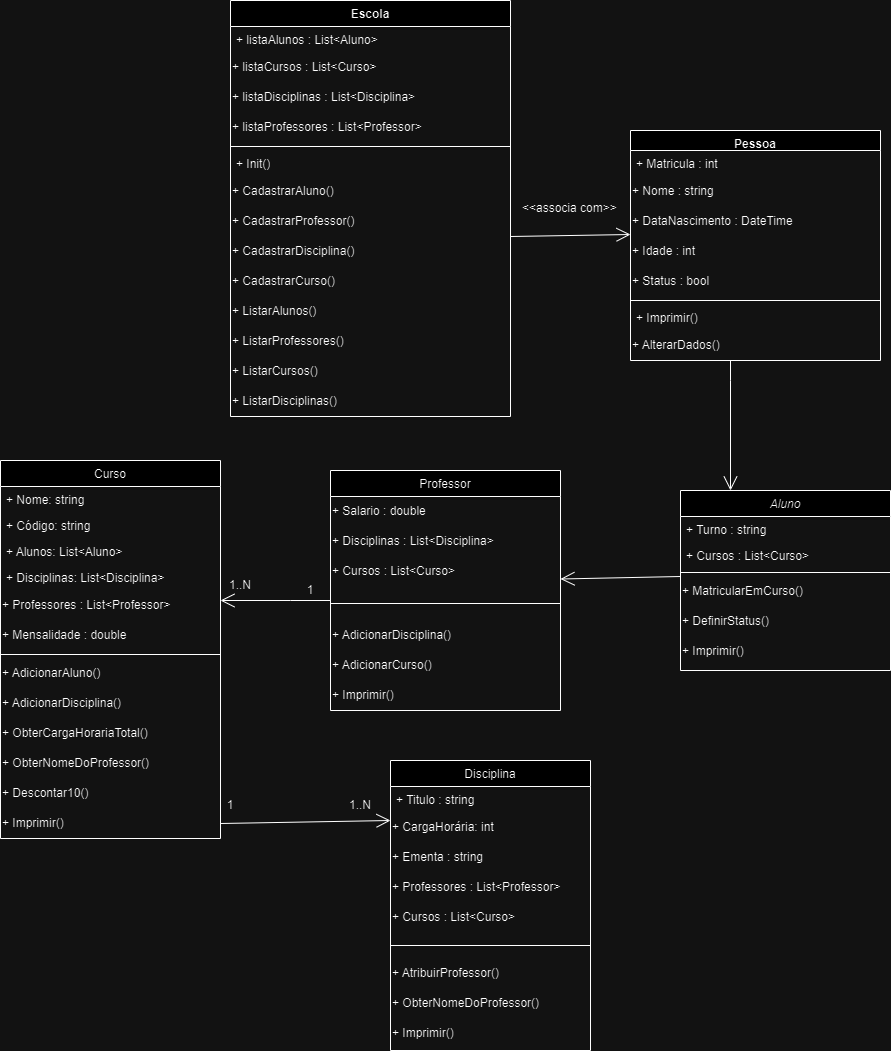
The draw.io diagram Escola.UML.drawio.png in harumimayu/teste-repositorio-primeiro, before a commit. Source tidied: cells renumbered, new cells last; positions are measured from the earlier drawing's top-left corner, leaving out a move shared by most shapes.
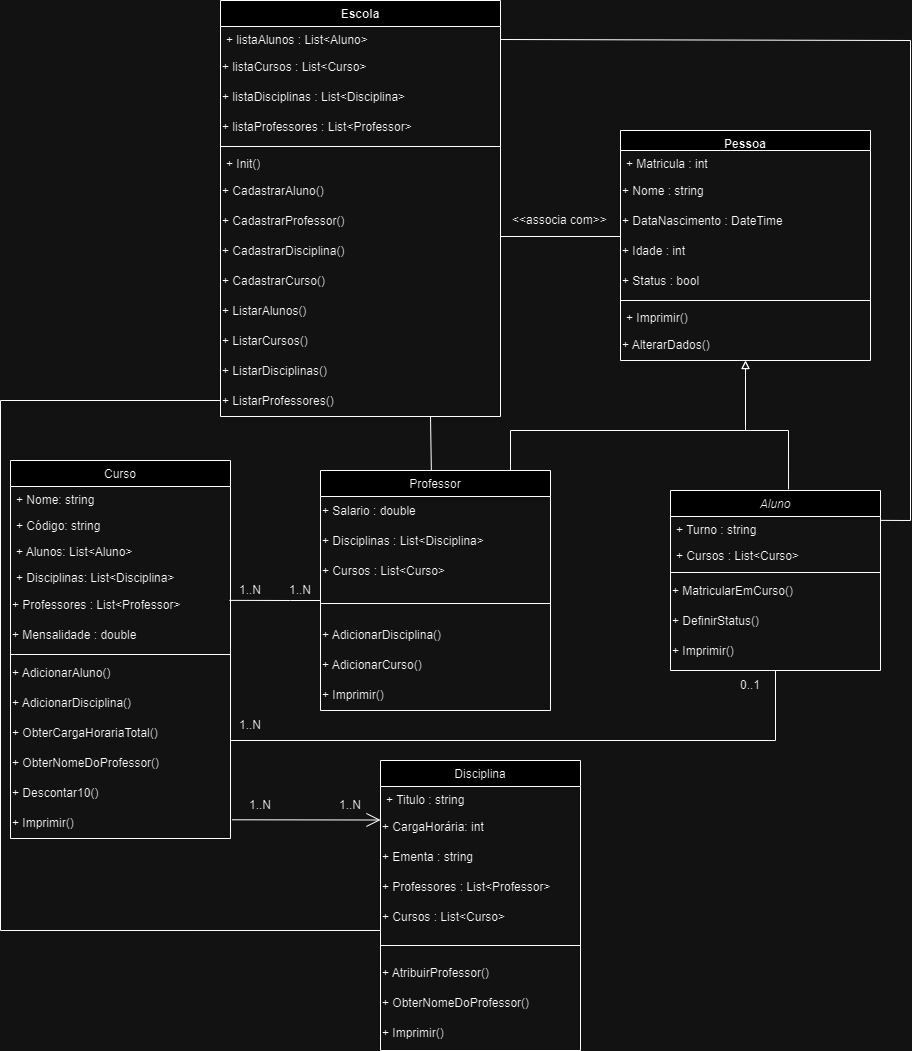
Above is the later version.

What changed in the source:
```diff
@@ -78,7 +78,7 @@
       <mxGeometry y="210" width="230" height="30" as="geometry" />
     </mxCell>
     <mxCell id="27" value="Curso" style="swimlane;fontStyle=0;align=center;verticalAlign=top;horizontal=1;startSize=26;rounded=0;shadow=0;strokeWidth=1;" parent="1" vertex="1">
-      <mxGeometry y="460" width="220" height="378" as="geometry" />
+      <mxGeometry x="20" y="460" width="220" height="378" as="geometry" />
     </mxCell>
     <mxCell id="28" value="+ Nome: string" style="text;align=left;verticalAlign=top;spacingLeft=4;spacingRight=4;overflow=hidden;" parent="27" vertex="1">
       <mxGeometry y="26" width="220" height="26" as="geometry" />
@@ -155,17 +155,17 @@
     <mxCell id="52" value=" + ListarAlunos() " style="text;strokeColor=none;align=left;fillColor=none;html=1;verticalAlign=middle;whiteSpace=wrap;rounded=0;" parent="41" vertex="1">
       <mxGeometry y="296" width="280" height="30" as="geometry" />
     </mxCell>
-    <mxCell id="53" value="+ ListarProfessores()" style="text;strokeColor=none;align=left;fillColor=none;html=1;verticalAlign=middle;whiteSpace=wrap;rounded=0;" parent="41" vertex="1">
-      <mxGeometry y="326" width="280" height="30" as="geometry" />
-    </mxCell>
     <mxCell id="54" value="+ ListarCursos()" style="text;strokeColor=none;align=left;fillColor=none;html=1;verticalAlign=middle;whiteSpace=wrap;rounded=0;" parent="41" vertex="1">
-      <mxGeometry y="356" width="280" height="30" as="geometry" />
+      <mxGeometry y="326" width="280" height="30" as="geometry" />
     </mxCell>
     <mxCell id="55" value=" + ListarDisciplinas()" style="text;strokeColor=none;align=left;fillColor=none;html=1;verticalAlign=middle;whiteSpace=wrap;rounded=0;" parent="41" vertex="1">
-      <mxGeometry y="386" width="280" height="30" as="geometry" />
+      <mxGeometry y="356" width="280" height="30" as="geometry" />
     </mxCell>
+    <mxCell id="53" value="+ ListarProfessores()" style="text;strokeColor=none;align=left;fillColor=none;html=1;verticalAlign=middle;whiteSpace=wrap;rounded=0;" parent="41" vertex="1">
+      <mxGeometry y="386" width="280" height="30" as="geometry" />
+    </mxCell>
     <mxCell id="56" value="&amp;lt;&amp;lt;associa com&amp;gt;&amp;gt;" style="text;strokeColor=none;align=left;fillColor=none;html=1;verticalAlign=middle;whiteSpace=wrap;rounded=0;" parent="1" vertex="1">
-      <mxGeometry x="520" y="198" width="100" height="20" as="geometry" />
+      <mxGeometry x="520" y="210" width="100" height="20" as="geometry" />
     </mxCell>
     <mxCell id="57" value="Pessoa  " style="swimlane;fontStyle=1;align=center;verticalAlign=top;horizontal=1;startSize=20;whiteSpace=wrap;html=1;" parent="1" vertex="1">
       <mxGeometry x="630" y="130" width="250" height="230" as="geometry" />
@@ -194,48 +194,82 @@
     <mxCell id="65" value="+ AlterarDados()" style="text;strokeColor=none;align=left;fillColor=none;html=1;verticalAlign=middle;whiteSpace=wrap;rounded=0;" parent="57" vertex="1">
       <mxGeometry y="200" width="250" height="30" as="geometry" />
     </mxCell>
-    <mxCell id="66" style="endArrow=open;endFill=1;endSize=12;html=1;rounded=0;" parent="1" edge="1">
-      <mxGeometry relative="1" as="geometry">
-        <mxPoint x="730" y="360" as="sourcePoint" />
-        <mxPoint x="730" y="490" as="targetPoint" />
-        <Array as="points">
-          <mxPoint x="730" y="380" />
-        </Array>
-      </mxGeometry>
-    </mxCell>
-    <mxCell id="67" style="endArrow=open;endFill=1;endSize=12;html=1;rounded=0;exitX=0;exitY=0;exitDx=0;exitDy=0;entryX=1;entryY=0.75;entryDx=0;entryDy=0;" parent="1" edge="1" source="6" target="22">
-      <mxGeometry relative="1" as="geometry" />
-    </mxCell>
-    <mxCell id="68" style="endArrow=open;endFill=1;endSize=12;html=1;rounded=0;exitX=1;exitY=0.5;exitDx=0;exitDy=0;" parent="1" edge="1" source="40">
-      <mxGeometry relative="1" as="geometry">
-        <mxPoint x="390" y="820" as="targetPoint" />
-      </mxGeometry>
+    <mxCell id="68" style="endArrow=open;endFill=1;endSize=12;html=1;rounded=0;exitX=1.007;exitY=0.376;exitDx=0;exitDy=0;entryX=0;entryY=0.25;entryDx=0;entryDy=0;exitPerimeter=0;" parent="1" edge="1" source="40" target="11">
+      <mxGeometry relative="1" as="geometry" />
     </mxCell>
-    <mxCell id="69" style="endArrow=open;endFill=1;endSize=12;html=1;rounded=0;exitX=1;exitY=0;exitDx=0;exitDy=0;" parent="1" edge="1" source="50">
-      <mxGeometry relative="1" as="geometry">
-        <mxPoint x="630" y="234" as="targetPoint" />
-      </mxGeometry>
+    <mxCell id="69" style="endArrow=none;endFill=0;endSize=12;html=1;rounded=0;exitX=1;exitY=0;exitDx=0;exitDy=0;entryX=0;entryY=0;entryDx=0;entryDy=0;" parent="1" edge="1" source="50" target="61">
+      <mxGeometry relative="1" as="geometry" />
     </mxCell>
-    <mxCell id="70" style="endArrow=open;endFill=1;endSize=12;html=1;rounded=0;" parent="1" edge="1">
+    <mxCell id="70" style="endArrow=none;endFill=0;endSize=12;html=1;rounded=0;entryX=0.995;entryY=0.329;entryDx=0;entryDy=0;entryPerimeter=0;" parent="1" edge="1" target="32">
       <mxGeometry relative="1" as="geometry">
         <mxPoint x="330" y="600" as="sourcePoint" />
-        <mxPoint x="220" y="600" as="targetPoint" />
         <Array as="points">
-          <mxPoint x="290" y="600" />
+          <mxPoint x="300" y="600" />
         </Array>
       </mxGeometry>
     </mxCell>
-    <mxCell id="71" value="1" style="text;strokeColor=none;align=center;fillColor=none;html=1;verticalAlign=middle;whiteSpace=wrap;rounded=0;" parent="1" vertex="1">
-      <mxGeometry x="280" y="575" width="60" height="30" as="geometry" />
-    </mxCell>
-    <mxCell id="72" value="1" style="text;strokeColor=none;align=center;fillColor=none;html=1;verticalAlign=middle;whiteSpace=wrap;rounded=0;" parent="1" vertex="1">
-      <mxGeometry x="200" y="790" width="60" height="30" as="geometry" />
-    </mxCell>
     <mxCell id="73" value="1..N" style="text;strokeColor=none;align=center;fillColor=none;html=1;verticalAlign=middle;whiteSpace=wrap;rounded=0;" parent="1" vertex="1">
       <mxGeometry x="330" y="790" width="60" height="30" as="geometry" />
     </mxCell>
-    <mxCell id="74" value="1..N" style="text;strokeColor=none;align=center;fillColor=none;html=1;verticalAlign=middle;whiteSpace=wrap;rounded=0;" parent="1" vertex="1">
-      <mxGeometry x="210" y="570" width="60" height="30" as="geometry" />
-    </mxCell>
+    <mxCell id="75" style="endArrow=block;html=1;rounded=0;entryX=0.5;entryY=1;entryDx=0;entryDy=0;endFill=0;" parent="1" edge="1" target="65">
+      <mxGeometry relative="1" as="geometry">
+        <mxPoint x="520" y="470" as="sourcePoint" />
+        <Array as="points">
+          <mxPoint x="520" y="430" />
+          <mxPoint x="755" y="430" />
+        </Array>
+      </mxGeometry>
+    </mxCell>
+    <mxCell id="76" style="endArrow=block;html=1;rounded=0;exitX=0.562;exitY=-0.006;exitDx=0;exitDy=0;exitPerimeter=0;endFill=0;entryX=0.5;entryY=1;entryDx=0;entryDy=0;" parent="1" edge="1" source="2" target="65">
+      <mxGeometry relative="1" as="geometry">
+        <Array as="points">
+          <mxPoint x="798" y="430" />
+          <mxPoint x="755" y="430" />
+        </Array>
+      </mxGeometry>
+    </mxCell>
+    <mxCell id="77" value="1..N" style="text;strokeColor=none;align=center;fillColor=none;html=1;verticalAlign=middle;whiteSpace=wrap;rounded=0;" parent="1" vertex="1">
+      <mxGeometry x="230" y="575" width="60" height="30" as="geometry" />
+    </mxCell>
+    <mxCell id="78" value="1..N" style="text;strokeColor=none;align=center;fillColor=none;html=1;verticalAlign=middle;whiteSpace=wrap;rounded=0;" parent="1" vertex="1">
+      <mxGeometry x="280" y="575" width="60" height="30" as="geometry" />
+    </mxCell>
+    <mxCell id="79" style="endArrow=none;html=1;rounded=0;exitX=0.482;exitY=0.001;exitDx=0;exitDy=0;entryX=0.75;entryY=1;entryDx=0;entryDy=0;exitPerimeter=0;" parent="1" edge="1" source="19" target="53">
+      <mxGeometry relative="1" as="geometry" />
+    </mxCell>
+    <mxCell id="80" style="endArrow=none;html=1;rounded=0;exitX=1;exitY=0.5;exitDx=0;exitDy=0;entryX=1.002;entryY=0.149;entryDx=0;entryDy=0;entryPerimeter=0;" parent="1" edge="1" source="42" target="3">
+      <mxGeometry relative="1" as="geometry">
+        <Array as="points">
+          <mxPoint x="920" y="40" />
+          <mxPoint x="920" y="520" />
+        </Array>
+      </mxGeometry>
+    </mxCell>
+    <mxCell id="81" style="endArrow=none;html=1;rounded=0;entryX=0.5;entryY=1;entryDx=0;entryDy=0;" parent="1" edge="1" target="2">
+      <mxGeometry relative="1" as="geometry">
+        <mxPoint x="240" y="740" as="sourcePoint" />
+        <Array as="points">
+          <mxPoint x="785" y="740" />
+        </Array>
+      </mxGeometry>
+    </mxCell>
+    <mxCell id="82" style="endArrow=none;html=1;rounded=0;exitX=0;exitY=0.933;exitDx=0;exitDy=0;exitPerimeter=0;" parent="1" edge="1" source="14">
+      <mxGeometry relative="1" as="geometry">
+        <mxPoint x="230" y="400" as="targetPoint" />
+        <Array as="points">
+          <mxPoint x="10" y="930" />
+          <mxPoint x="10" y="400" />
+        </Array>
+      </mxGeometry>
+    </mxCell>
+    <mxCell id="83" value="1..N" style="text;strokeColor=none;align=center;fillColor=none;html=1;verticalAlign=middle;whiteSpace=wrap;rounded=0;" parent="1" vertex="1">
+      <mxGeometry x="240" y="790" width="60" height="30" as="geometry" />
+    </mxCell>
+    <mxCell id="84" value="1..N" style="text;strokeColor=none;align=center;fillColor=none;html=1;verticalAlign=middle;whiteSpace=wrap;rounded=0;" parent="1" vertex="1">
+      <mxGeometry x="230" y="710" width="60" height="30" as="geometry" />
+    </mxCell>
+    <mxCell id="85" value="0..1" style="text;strokeColor=none;align=center;fillColor=none;html=1;verticalAlign=middle;whiteSpace=wrap;rounded=0;" parent="1" vertex="1">
+      <mxGeometry x="730" y="670" width="60" height="30" as="geometry" />
+    </mxCell>
   </root>
 </mxGraphModel>
```
